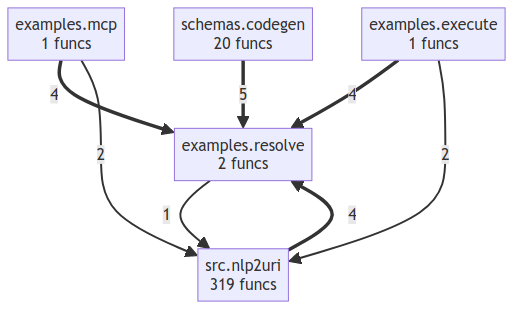
Before: project/compact_flow.png, a diagram exported from Mermaid (semcod/nlp2uri). Its source is kept beside it as project/compact_flow.mmd. Source of this version:
```mermaid
flowchart TD
    examples__execute["examples.execute<br/>1 funcs"]
    examples__mcp["examples.mcp<br/>1 funcs"]
    examples__resolve["examples.resolve<br/>2 funcs"]
    schemas__codegen["schemas.codegen<br/>20 funcs"]
    src__nlp2uri["src.nlp2uri<br/>319 funcs"]
    schemas__codegen ==>|5| examples__resolve
    examples__mcp ==>|4| examples__resolve
    examples__execute ==>|4| examples__resolve
    src__nlp2uri ==>|4| examples__resolve
    examples__mcp -->|2| src__nlp2uri
    examples__execute -->|2| src__nlp2uri
    examples__resolve -->|1| src__nlp2uri
```
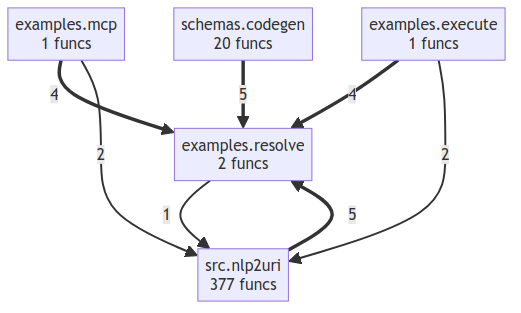
Above is the later version.

Diff of the diagram source:
```diff
@@ -3,11 +3,11 @@
     examples__mcp["examples.mcp<br/>1 funcs"]
     examples__resolve["examples.resolve<br/>2 funcs"]
     schemas__codegen["schemas.codegen<br/>20 funcs"]
-    src__nlp2uri["src.nlp2uri<br/>319 funcs"]
+    src__nlp2uri["src.nlp2uri<br/>377 funcs"]
     schemas__codegen ==>|5| examples__resolve
+    src__nlp2uri ==>|5| examples__resolve
     examples__mcp ==>|4| examples__resolve
     examples__execute ==>|4| examples__resolve
-    src__nlp2uri ==>|4| examples__resolve
     examples__mcp -->|2| src__nlp2uri
     examples__execute -->|2| src__nlp2uri
     examples__resolve -->|1| src__nlp2uri
```
